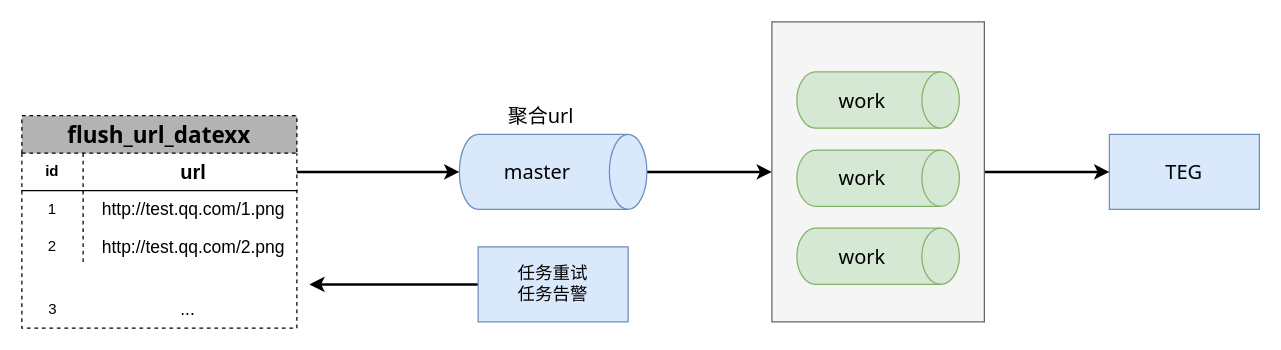
Above: page "Page-8" (8 of 9) of tcb.drawio in wwCrazy/resume (draw.io), before the change. Source tidied: cells renumbered, new cells numbered last; positions are measured from the earlier drawing's top-left corner, leaving out a move shared by most shapes. Both pictures are drawn from the tidied source at 125%, with x=0, y=0 at pixel (21, 21).
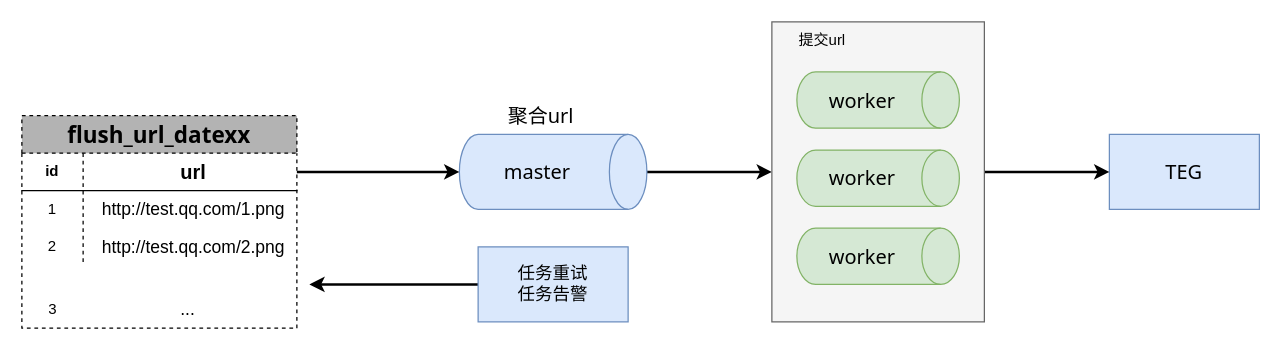
The same diagram, later.

Change to the diagram source:
```diff
@@
-    <mxCell id="20" value="work" style="shape=cylinder3;whiteSpace=wrap;html=1;boundedLbl=1;backgroundOutline=1;size=15;strokeWidth=1;fillColor=#d5e8d4;fontFamily=Tahoma;fontSize=16;align=center;direction=south;strokeColor=#82b366;" parent="1" vertex="1">
+    <mxCell id="20" value="worker" style="shape=cylinder3;whiteSpace=wrap;html=1;boundedLbl=1;backgroundOutline=1;size=15;strokeWidth=1;fillColor=#d5e8d4;fontFamily=Tahoma;fontSize=16;align=center;direction=south;strokeColor=#82b366;" parent="1" vertex="1">
       <mxGeometry x="620" y="40" width="130" height="45" as="geometry" />
     </mxCell>
-    <mxCell id="21" value="work" style="shape=cylinder3;whiteSpace=wrap;html=1;boundedLbl=1;backgroundOutline=1;size=15;strokeWidth=1;fillColor=#d5e8d4;fontFamily=Tahoma;fontSize=16;align=center;direction=south;strokeColor=#82b366;" parent="1" vertex="1">
+    <mxCell id="21" value="worker" style="shape=cylinder3;whiteSpace=wrap;html=1;boundedLbl=1;backgroundOutline=1;size=15;strokeWidth=1;fillColor=#d5e8d4;fontFamily=Tahoma;fontSize=16;align=center;direction=south;strokeColor=#82b366;" parent="1" vertex="1">
       <mxGeometry x="620" y="102.5" width="130" height="45" as="geometry" />
     </mxCell>
-    <mxCell id="22" value="work" style="shape=cylinder3;whiteSpace=wrap;html=1;boundedLbl=1;backgroundOutline=1;size=15;strokeWidth=1;fillColor=#d5e8d4;fontFamily=Tahoma;fontSize=16;align=center;direction=south;strokeColor=#82b366;" parent="1" vertex="1">
+    <mxCell id="22" value="worker" style="shape=cylinder3;whiteSpace=wrap;html=1;boundedLbl=1;backgroundOutline=1;size=15;strokeWidth=1;fillColor=#d5e8d4;fontFamily=Tahoma;fontSize=16;align=center;direction=south;strokeColor=#82b366;" parent="1" vertex="1">
       <mxGeometry x="620" y="165" width="130" height="45" as="geometry" />
     </mxCell>
@@
+    <mxCell id="26" value="提交url" style="text;html=1;align=center;verticalAlign=middle;fillColor=none;strokeColor=none;rounded=0;" parent="1" vertex="1">
+      <mxGeometry x="615" y="5" width="50" height="20" as="geometry" />
+    </mxCell>
```
